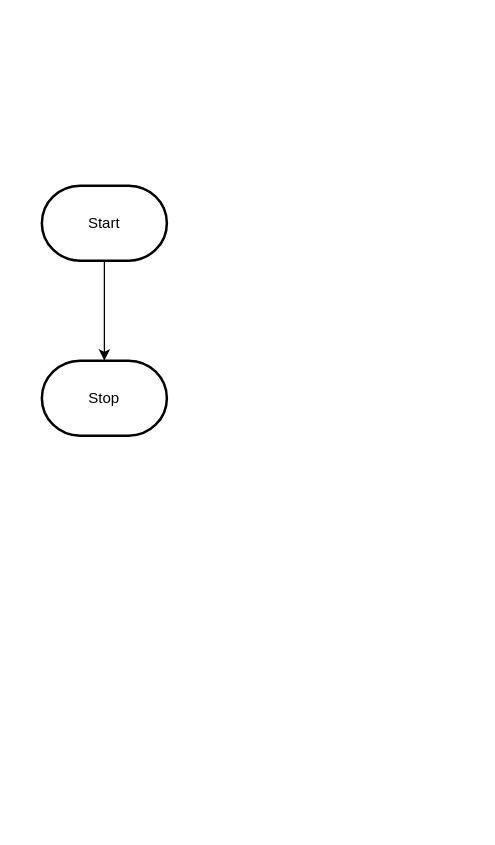
Above: design/flowchart.drawio in hai-tran-2/ICD2O-Unit-6-01-hai-tran-2 (draw.io), before the change. Source tidied: cells renumbered, new cells numbered last; positions are measured from the earlier drawing's top-left corner, leaving out a move shared by most shapes. Both pictures are drawn from the tidied source at 125%, with x=0, y=0 at pixel (41, 185).
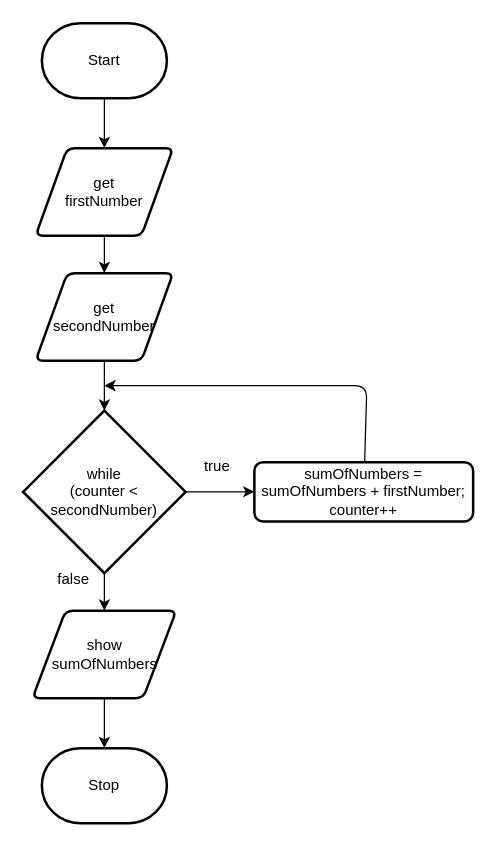
Above is the later version.

Commit message (it also covers changes not shown here):
add storyboard and flowchart

Diff of the diagram source:
```diff
@@
 <mxGraphModel>
   <root>
     <mxCell id="0" />
     <mxCell id="1" parent="0" />
-    <mxCell id="2" style="edgeStyle=orthogonalEdgeStyle;html=1;rounded=0;" parent="1" edge="1" source="3" target="4">
-      <mxGeometry relative="1" as="geometry" />
-    </mxCell>
+    <mxCell id="5" style="edgeStyle=none;html=1;" parent="1" edge="1" source="3" target="2">
+      <mxGeometry relative="1" as="geometry" />
+    </mxCell>
     <mxCell id="3" value="Start" style="strokeWidth=2;html=1;shape=mxgraph.flowchart.terminator;whiteSpace=wrap;" parent="1" vertex="1">
-      <mxGeometry width="100" height="60" as="geometry" />
+      <mxGeometry y="-130" width="100" height="60" as="geometry" />
     </mxCell>
     <mxCell id="4" value="Stop" style="strokeWidth=2;html=1;shape=mxgraph.flowchart.terminator;whiteSpace=wrap;" parent="1" vertex="1">
-      <mxGeometry y="140" width="100" height="60" as="geometry" />
+      <mxGeometry y="450" width="100" height="60" as="geometry" />
     </mxCell>
+    <mxCell id="6" style="edgeStyle=none;html=1;" parent="1" edge="1" source="2" target="8">
+      <mxGeometry relative="1" as="geometry" />
+    </mxCell>
+    <mxCell id="2" value="get &lt;br&gt;firstNumber" style="shape=parallelogram;html=1;strokeWidth=2;perimeter=parallelogramPerimeter;whiteSpace=wrap;rounded=1;arcSize=12;size=0.23;" parent="1" vertex="1">
+      <mxGeometry x="-5" y="-30" width="110" height="70" as="geometry" />
+    </mxCell>
+    <mxCell id="7" style="edgeStyle=none;html=1;entryX=0.5;entryY=0;entryDx=0;entryDy=0;entryPerimeter=0;" parent="1" edge="1" source="8" target="11">
+      <mxGeometry relative="1" as="geometry" />
+    </mxCell>
+    <mxCell id="8" value="get &lt;br&gt;secondNumber" style="shape=parallelogram;html=1;strokeWidth=2;perimeter=parallelogramPerimeter;whiteSpace=wrap;rounded=1;arcSize=12;size=0.23;" parent="1" vertex="1">
+      <mxGeometry x="-5" y="70" width="110" height="70" as="geometry" />
+    </mxCell>
+    <mxCell id="9" style="edgeStyle=none;html=1;entryX=0;entryY=0.5;entryDx=0;entryDy=0;" parent="1" edge="1" source="11" target="13">
+      <mxGeometry relative="1" as="geometry" />
+    </mxCell>
+    <mxCell id="10" style="edgeStyle=none;html=1;entryX=0.5;entryY=0;entryDx=0;entryDy=0;" parent="1" edge="1" source="11" target="16">
+      <mxGeometry relative="1" as="geometry" />
+    </mxCell>
+    <mxCell id="11" value="while&lt;br&gt;(counter &amp;lt; &lt;br&gt;secondNumber)" style="strokeWidth=2;html=1;shape=mxgraph.flowchart.decision;whiteSpace=wrap;" parent="1" vertex="1">
+      <mxGeometry x="-15" y="180" width="130" height="130" as="geometry" />
+    </mxCell>
+    <mxCell id="12" style="edgeStyle=none;html=1;" parent="1" edge="1" source="13">
+      <mxGeometry relative="1" as="geometry">
+        <mxPoint x="50" y="160" as="targetPoint" />
+        <Array as="points">
+          <mxPoint x="260" y="160" />
+        </Array>
+      </mxGeometry>
+    </mxCell>
+    <mxCell id="13" value="sumOfNumbers = sumOfNumbers + firstNumber;&lt;br&gt;counter++" style="rounded=1;whiteSpace=wrap;html=1;absoluteArcSize=1;arcSize=14;strokeWidth=2;" parent="1" vertex="1">
+      <mxGeometry x="170" y="221.2" width="175" height="47.5" as="geometry" />
+    </mxCell>
+    <mxCell id="14" value="true" style="text;html=1;align=center;verticalAlign=middle;strokeColor=none;fillColor=none;" parent="1" vertex="1">
+      <mxGeometry x="120" y="210" width="40" height="30" as="geometry" />
+    </mxCell>
+    <mxCell id="15" style="edgeStyle=none;html=1;" parent="1" edge="1" source="16" target="4">
+      <mxGeometry relative="1" as="geometry" />
+    </mxCell>
+    <mxCell id="16" value="show&lt;br&gt;sumOfNumbers" style="shape=parallelogram;html=1;strokeWidth=2;perimeter=parallelogramPerimeter;whiteSpace=wrap;rounded=1;arcSize=12;size=0.23;" parent="1" vertex="1">
+      <mxGeometry x="-7.5" y="340" width="115" height="70" as="geometry" />
+    </mxCell>
+    <mxCell id="17" value="false" style="text;html=1;align=center;verticalAlign=middle;strokeColor=none;fillColor=none;" parent="1" vertex="1">
+      <mxGeometry y="300" width="50" height="30" as="geometry" />
+    </mxCell>
   </root>
 </mxGraphModel>
```
